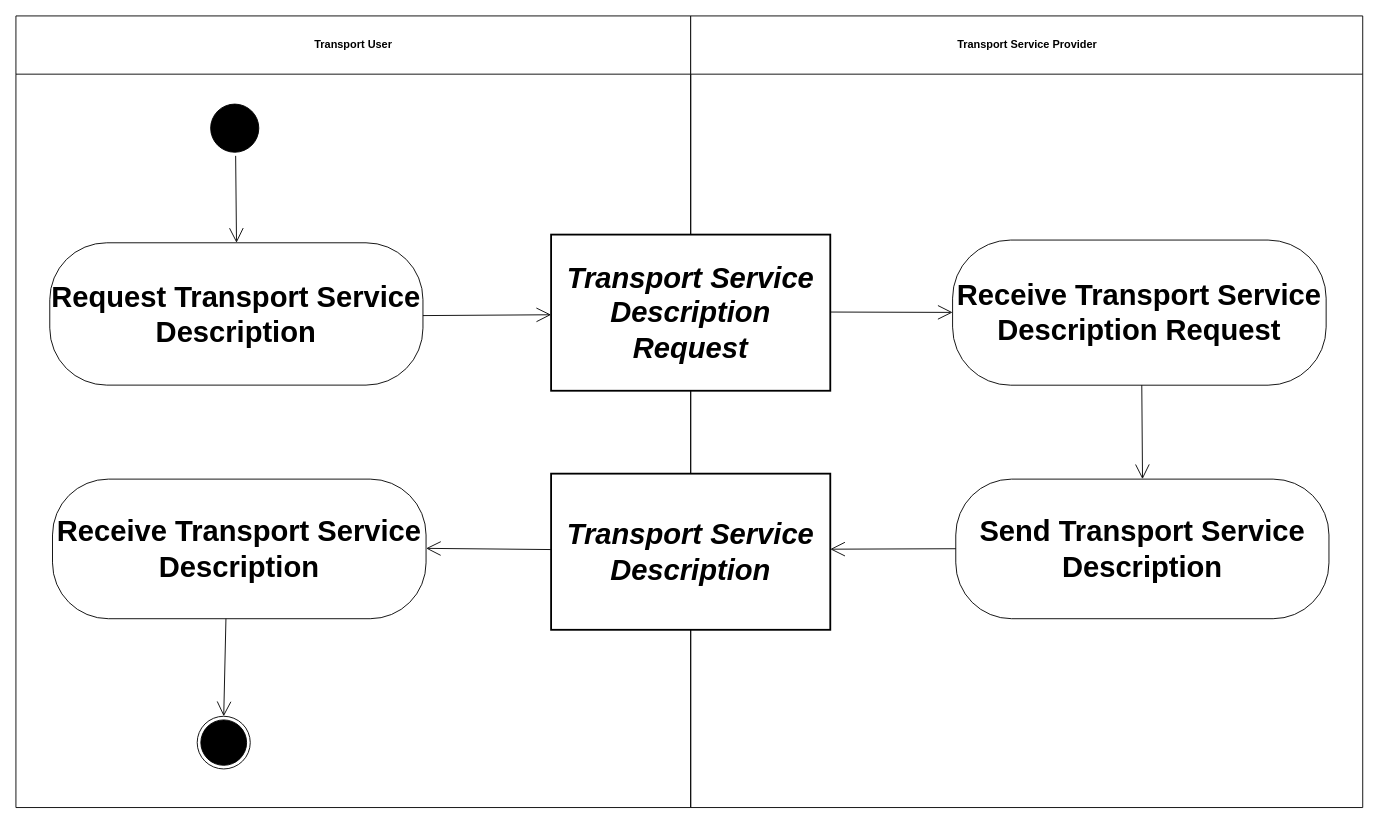
Above: diagrams/UBL-2.2-IMFM-TransportServiceDescription/UBL-2.2-IMFM-TransportServiceDescription.drawio in kduvekot/ubl-work-on-svg-images (draw.io), before the change. Source tidied: cells renumbered, new cells numbered last; positions are measured from the earlier drawing's top-left corner, leaving out a move shared by most shapes. Both pictures are drawn from the tidied source at 91%, with x=0, y=0 at pixel (15, 15).
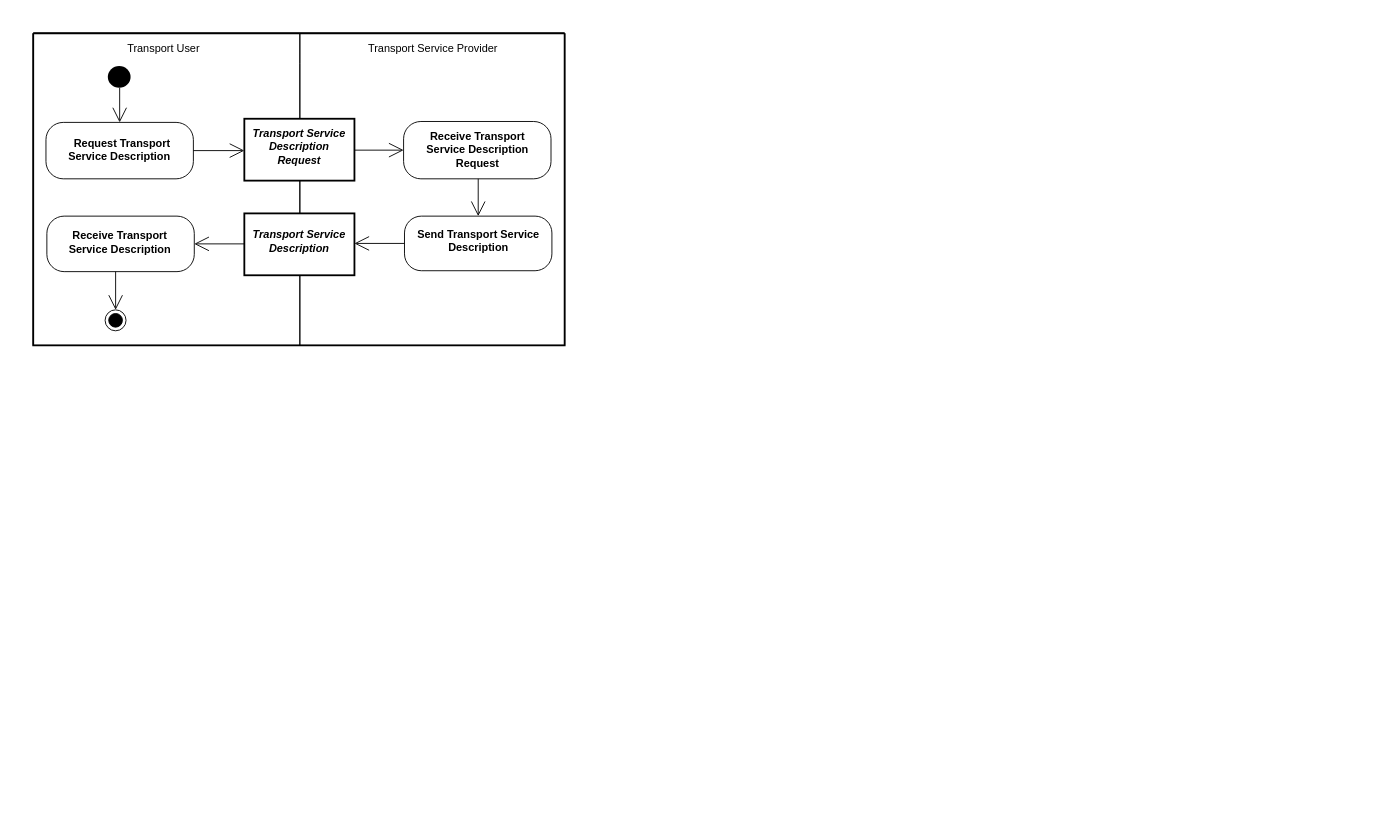
Above is the later version.

Change to the diagram source:
```diff
@@
 <mxGraphModel>
   <root>
     <mxCell id="0" />
     <mxCell id="1" parent="0" />
+    <mxCell id="19" style="swimlane;html=1;startSize=0;whiteSpace=wrap;fillColor=none;strokeWidth=2;" parent="1" vertex="1">
+      <mxGeometry x="19" y="19" width="584" height="343" as="geometry" />
+    </mxCell>
-    <mxCell id="2" value="Transport User" style="swimlane;whiteSpace=wrap;html=1;startSize=64;" parent="1" vertex="1">
-      <mxGeometry width="741.5" height="869.9" as="geometry" />
+    <mxCell id="2" value="Transport User" style="swimlane;horizontal=1;startSize=33;swimlaneLine=0;html=1;fillColor=none;fontSize=12;fontStyle=0;spacing=0;spacingRight=7;" parent="19" vertex="1">
+      <mxGeometry width="293" height="343" as="geometry" />
     </mxCell>
-    <mxCell id="3" value="Transport Service Provider" style="swimlane;whiteSpace=wrap;html=1;startSize=64;" parent="1" vertex="1">
-      <mxGeometry x="741.5" width="738.5" height="869.9" as="geometry" />
+    <mxCell id="3" value="Transport Service Provider" style="swimlane;horizontal=1;startSize=33;swimlaneLine=0;html=1;fillColor=none;fontSize=12;fontStyle=0;spacing=0;" parent="19" vertex="1">
+      <mxGeometry x="293" width="291" height="343" as="geometry" />
     </mxCell>
-    <mxCell id="4" style="ellipse;html=1;shape=startState;fillColor=#000000;strokeColor=#000000;fontFamily=Helvetica;fontSize=32;" parent="1" vertex="1">
-      <mxGeometry x="210" y="92.9" width="60.9" height="60.9" as="geometry" />
+    <mxCell id="4" style="ellipse;shape=startState;fillColor=#000000;strokeColor=none;html=1;" parent="2" vertex="1">
+      <mxGeometry x="78" y="32" width="33" height="32" as="geometry" />
     </mxCell>
-    <mxCell id="5" value="Transport Service Description Request" style="rounded=0;whiteSpace=wrap;html=1;fontStyle=3;strokeWidth=2;fontFamily=Helvetica;fontSize=32;" parent="1" vertex="1">
-      <mxGeometry x="588.1" y="240.3" width="306.8" height="171.6" as="geometry" />
+    <mxCell id="5" value="Transport Service&lt;br&gt;Description&lt;br&gt;Request" style="rounded=0;html=1;whiteSpace=nowrap;fontSize=12;fontStyle=3;align=center;verticalAlign=middle;spacing=0;spacingRight=1;spacingBottom=6;strokeWidth=2;" parent="3" vertex="1">
+      <mxGeometry x="-61" y="94" width="121" height="68" as="geometry" />
     </mxCell>
-    <mxCell id="6" value="Receive Transport Service Description Request" style="rounded=1;arcSize=40;whiteSpace=wrap;html=1;fontStyle=1;fontFamily=Helvetica;fontSize=32;" parent="1" vertex="1">
-      <mxGeometry x="1029.3" y="246.3" width="410.5" height="159.5" as="geometry" />
+    <mxCell id="6" value="Receive Transport&lt;br&gt;Service Description&lt;br&gt;Request" style="rounded=1;absoluteArcSize=1;arcSize=38;html=1;whiteSpace=nowrap;fontSize=12;fontStyle=1;align=center;verticalAlign=middle;spacing=0;spacingRight=1;spacingBottom=2;" parent="3" vertex="1">
+      <mxGeometry x="114" y="97" width="162" height="63" as="geometry" />
     </mxCell>
-    <mxCell id="7" value="Request Transport Service Description" style="rounded=1;arcSize=40;whiteSpace=wrap;html=1;fontStyle=1;fontFamily=Helvetica;fontSize=32;" parent="1" vertex="1">
-      <mxGeometry x="37.2" y="249.3" width="410.1" height="156.4" as="geometry" />
+    <mxCell id="7" value="Request Transport&lt;br&gt;Service Description" style="rounded=1;absoluteArcSize=1;arcSize=38;html=1;whiteSpace=nowrap;fontSize=12;fontStyle=1;align=right;verticalAlign=middle;spacing=0;spacingRight=26;spacingBottom=3;" parent="2" vertex="1">
+      <mxGeometry x="14" y="98" width="162" height="62" as="geometry" />
     </mxCell>
-    <mxCell id="8" value="Transport Service Description" style="rounded=0;whiteSpace=wrap;html=1;fontStyle=3;strokeWidth=2;fontFamily=Helvetica;fontSize=32;" parent="1" vertex="1">
-      <mxGeometry x="588.1" y="503" width="306.8" height="171.6" as="geometry" />
+    <mxCell id="8" value="Transport Service&lt;br&gt;Description" style="rounded=0;html=1;whiteSpace=nowrap;fontSize=12;fontStyle=3;align=center;verticalAlign=middle;spacing=0;spacingRight=2;spacingBottom=6;strokeWidth=2;" parent="3" vertex="1">
+      <mxGeometry x="-61" y="198" width="121" height="68" as="geometry" />
     </mxCell>
-    <mxCell id="9" value="Receive Transport Service Description" style="rounded=1;arcSize=40;whiteSpace=wrap;html=1;fontStyle=1;fontFamily=Helvetica;fontSize=32;" parent="1" vertex="1">
-      <mxGeometry x="40.2" y="509" width="410.5" height="153.4" as="geometry" />
+    <mxCell id="9" value="Receive Transport&lt;br&gt;Service Description" style="rounded=1;absoluteArcSize=1;arcSize=38;html=1;whiteSpace=nowrap;fontSize=12;fontStyle=1;align=center;verticalAlign=middle;spacing=0;spacingRight=2;spacingBottom=3;" parent="2" vertex="1">
+      <mxGeometry x="15" y="201" width="162" height="61" as="geometry" />
     </mxCell>
-    <mxCell id="10" value="Send Transport Service Description" style="rounded=1;arcSize=40;whiteSpace=wrap;html=1;fontStyle=1;fontFamily=Helvetica;fontSize=32;" parent="1" vertex="1">
-      <mxGeometry x="1032.8" y="509" width="410.1" height="153.4" as="geometry" />
+    <mxCell id="10" value="Send Transport Service&lt;br&gt;Description" style="rounded=1;absoluteArcSize=1;arcSize=37;html=1;whiteSpace=nowrap;fontSize=12;fontStyle=1;align=center;verticalAlign=middle;spacing=0;spacingRight=1;spacingBottom=6;" parent="3" vertex="1">
+      <mxGeometry x="115" y="201" width="162" height="60" as="geometry" />
     </mxCell>
-    <mxCell id="11" style="ellipse;html=1;shape=endState;fillColor=#000000;strokeColor=#000000;fontFamily=Helvetica;fontSize=32;" parent="1" vertex="1">
-      <mxGeometry x="199.2" y="769.6" width="58.3" height="57.9" as="geometry" />
+    <mxCell id="11" style="ellipse;shape=endState;fillColor=#000000;html=1;" parent="2" vertex="1">
+      <mxGeometry x="79" y="304" width="23" height="23" as="geometry" />
     </mxCell>
-    <mxCell id="12" style="edgeStyle=none;rounded=0;html=1;endArrow=open;endFill=0;endSize=14;exitX=0.5189;exitY=1.0;entryX=0.5004;entryY=0.0;" parent="1" edge="1" source="4" target="7">
+    <mxCell id="12" style="edgeStyle=none;rounded=0;html=1;endArrow=open;endFill=0;endSize=14;exitPerimeter=0;entryX=0.5;entryY=0;entryPerimeter=0;exitX=0.515152;exitY=0.8754;" parent="2" edge="1" source="4" target="7">
       <mxGeometry relative="1" as="geometry" />
     </mxCell>
-    <mxCell id="13" style="edgeStyle=none;rounded=0;html=1;endArrow=open;endFill=0;endSize=14;exitX=1.0;exitY=0.5115;entryX=0.0;entryY=0.5134;" parent="1" edge="1" source="7" target="5">
+    <mxCell id="13" style="edgeStyle=none;rounded=0;html=1;endArrow=open;endFill=0;endSize=14;exitX=1;exitY=0.5;exitPerimeter=0;entryPerimeter=0;entryX=0;entryY=0.514706;" parent="19" edge="1" source="7" target="5">
       <mxGeometry relative="1" as="geometry" />
     </mxCell>
-    <mxCell id="14" style="edgeStyle=none;rounded=0;html=1;endArrow=open;endFill=0;endSize=14;exitX=1.0;exitY=0.4959;entryX=0.0;entryY=0.4984;" parent="1" edge="1" source="5" target="6">
+    <mxCell id="14" style="edgeStyle=none;rounded=0;html=1;endArrow=open;endFill=0;endSize=14;exitPerimeter=0;entryX=0;entryY=0.5;entryPerimeter=0;exitX=1;exitY=0.507353;" parent="3" edge="1" source="5" target="6">
       <mxGeometry relative="1" as="geometry" />
     </mxCell>
-    <mxCell id="15" style="edgeStyle=none;rounded=0;html=1;endArrow=open;endFill=0;endSize=14;exitX=0.5065;exitY=1.0;entryX=0.5004;entryY=0.0;" parent="1" edge="1" source="6" target="10">
+    <mxCell id="15" style="edgeStyle=none;rounded=0;html=1;endArrow=open;endFill=0;endSize=14;exitPerimeter=0;entryX=0.5;entryY=0;entryPerimeter=0;exitX=0.506173;exitY=1;" parent="3" edge="1" source="6" target="10">
       <mxGeometry relative="1" as="geometry" />
     </mxCell>
-    <mxCell id="16" style="edgeStyle=none;rounded=0;html=1;endArrow=open;endFill=0;endSize=14;exitX=0.0;exitY=0.486;entryX=1.0;entryY=0.4961;" parent="1" edge="1" source="8" target="9">
+    <mxCell id="16" style="edgeStyle=none;rounded=0;html=1;endArrow=open;endFill=0;endSize=14;exitPerimeter=0;entryX=1;entryY=0.5;entryPerimeter=0;exitX=0;exitY=0.492647;" parent="19" edge="1" source="8" target="9">
       <mxGeometry relative="1" as="geometry" />
     </mxCell>
-    <mxCell id="17" style="edgeStyle=none;rounded=0;html=1;endArrow=open;endFill=0;endSize=14;exitX=0.0;exitY=0.4987;entryX=1.0;entryY=0.4837;" parent="1" edge="1" source="10" target="8">
+    <mxCell id="17" style="edgeStyle=none;rounded=0;html=1;endArrow=open;endFill=0;endSize=14;exitX=0;exitY=0.5;exitPerimeter=0;entryPerimeter=0;entryX=1;entryY=0.485294;" parent="3" edge="1" source="10" target="8">
       <mxGeometry relative="1" as="geometry" />
     </mxCell>
-    <mxCell id="18" style="edgeStyle=none;rounded=0;html=1;endArrow=open;endFill=0;endSize=14;exitX=0.4643;exitY=1.0;entryX=0.5043;entryY=0.0;" parent="1" edge="1" source="9" target="11">
+    <mxCell id="18" style="edgeStyle=none;rounded=0;html=1;endArrow=open;endFill=0;endSize=14;exitPerimeter=0;entryX=0.5022;entryY=0;entryPerimeter=0;exitX=0.466362;exitY=1;" parent="2" edge="1" source="9" target="11">
       <mxGeometry relative="1" as="geometry" />
     </mxCell>
   </root>
 </mxGraphModel>
```
